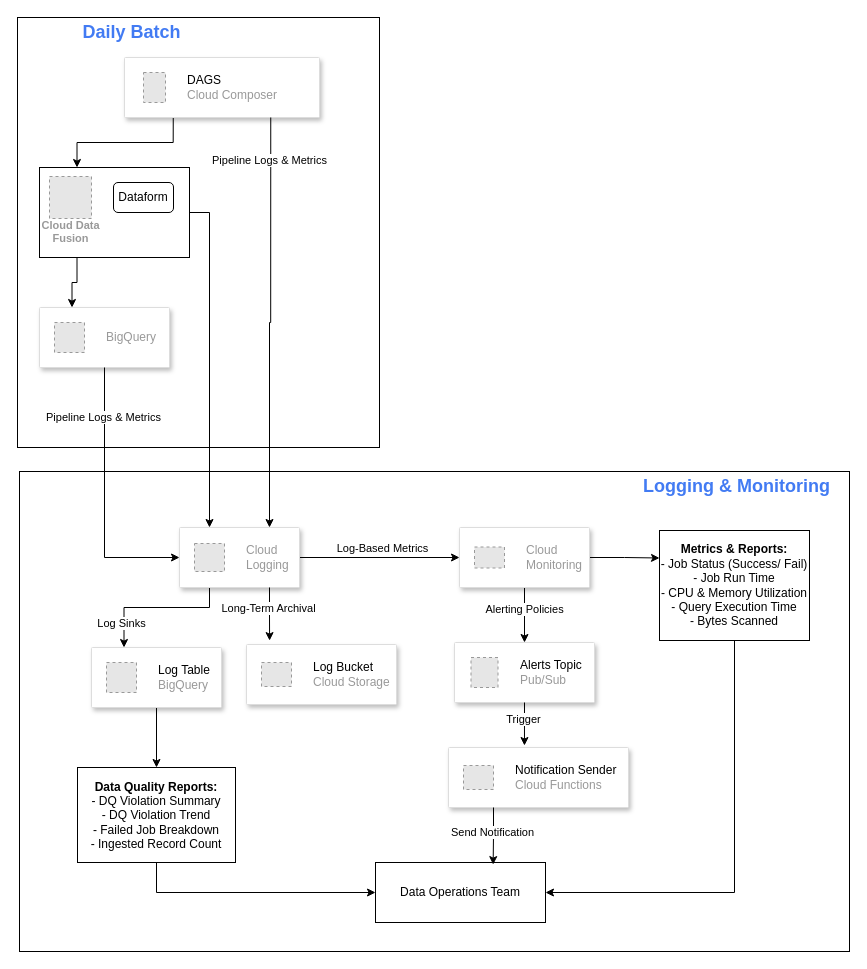
anantadel/draw.io-diagrams keeps this draw.io diagram as daily_batches_logging_monitoring.drawio. Above is the earlier version. Source tidied: cells renumbered, new cells numbered last; positions are measured from the earlier drawing's top-left corner, leaving out a move shared by most shapes. Both pictures are drawn from the tidied source at 100%, with x=0, y=0 at pixel (17, 17). Pictures stored in the file or linked from it are replaced by grey dashed boxes.
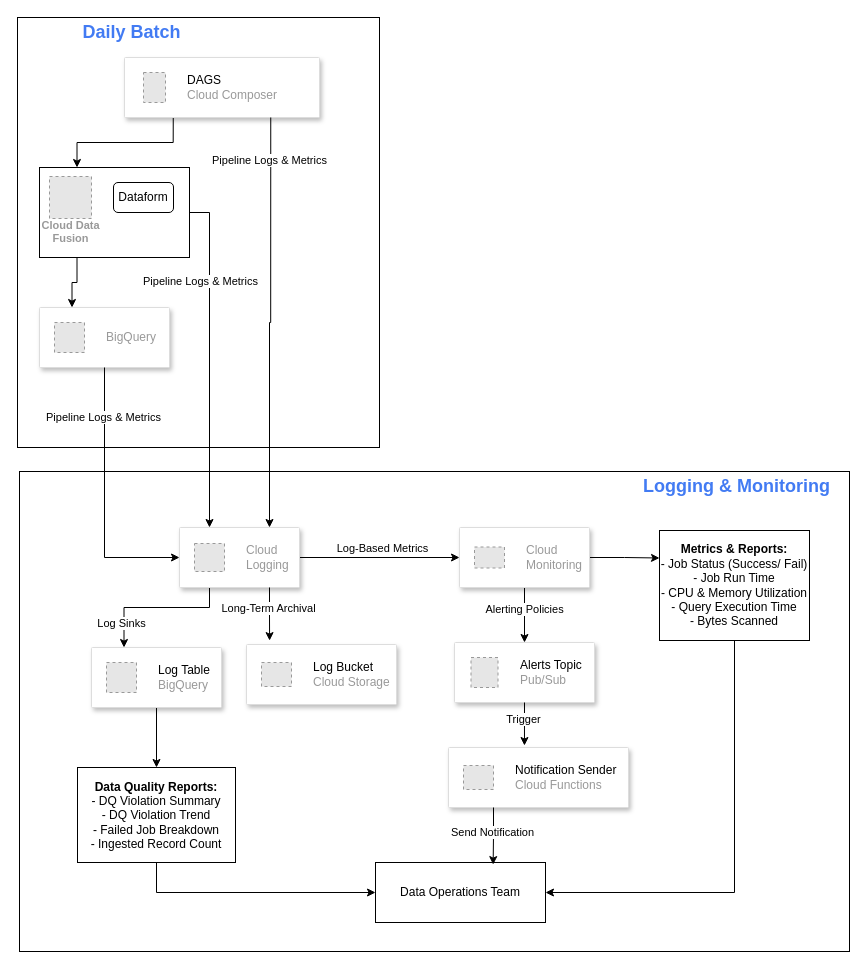
The same page after the edit.

The change refers to these unchanged cells:
```xml
<mxCell id="35" style="edgeStyle=orthogonalEdgeStyle;rounded=0;jettySize=auto;html=1;exitX=1;exitY=0.5;exitDx=0;exitDy=0;entryX=0.25;entryY=0;entryDx=0;entryDy=0;" parent="1" edge="1" source="7" target="17">
  <mxGeometry relative="1" as="geometry" />
</mxCell>
```

What changed in the source:
```diff
@@
+    <mxCell id="51" value="Pipeline Logs &amp;amp; Metrics" style="edgeLabel;html=1;align=center;verticalAlign=middle;" parent="35" vertex="1">
+      <mxGeometry x="-0.5" y="-3" relative="1" as="geometry">
+        <mxPoint x="-7" y="4" as="offset" />
+      </mxGeometry>
+    </mxCell>
```
